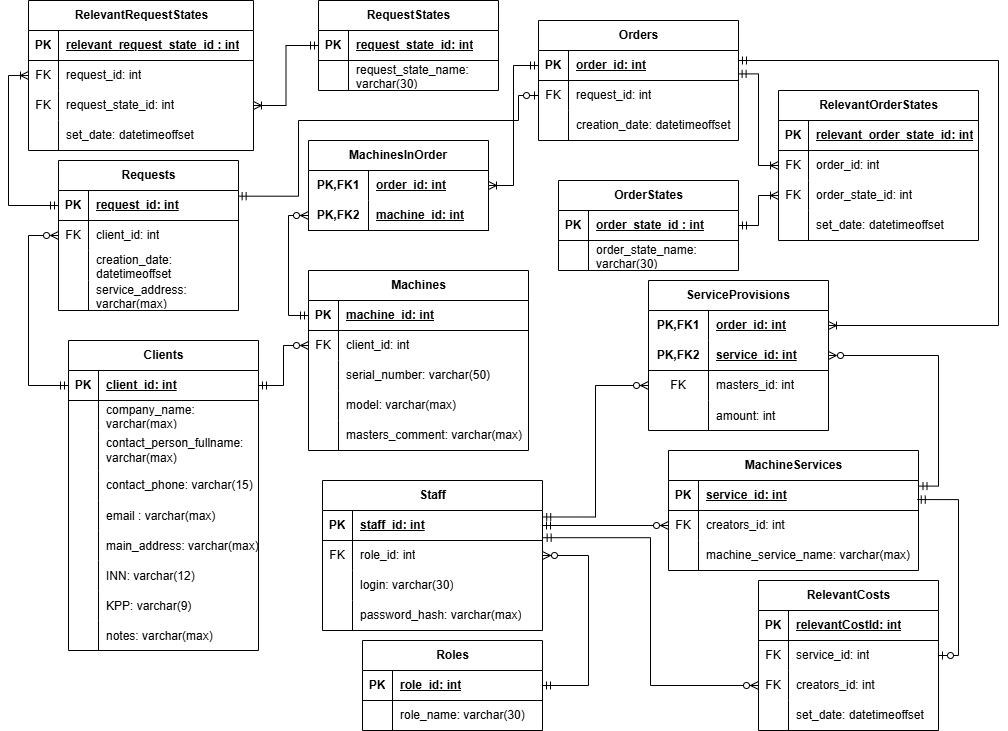
This is PhysicalModel.drawio.png from jecsonM/TRPO4course-, a draw.io export, as it was before one commit. Source tidied: cells renumbered, new cells last; positions are measured from the earlier drawing's top-left corner, leaving out a move shared by most shapes.
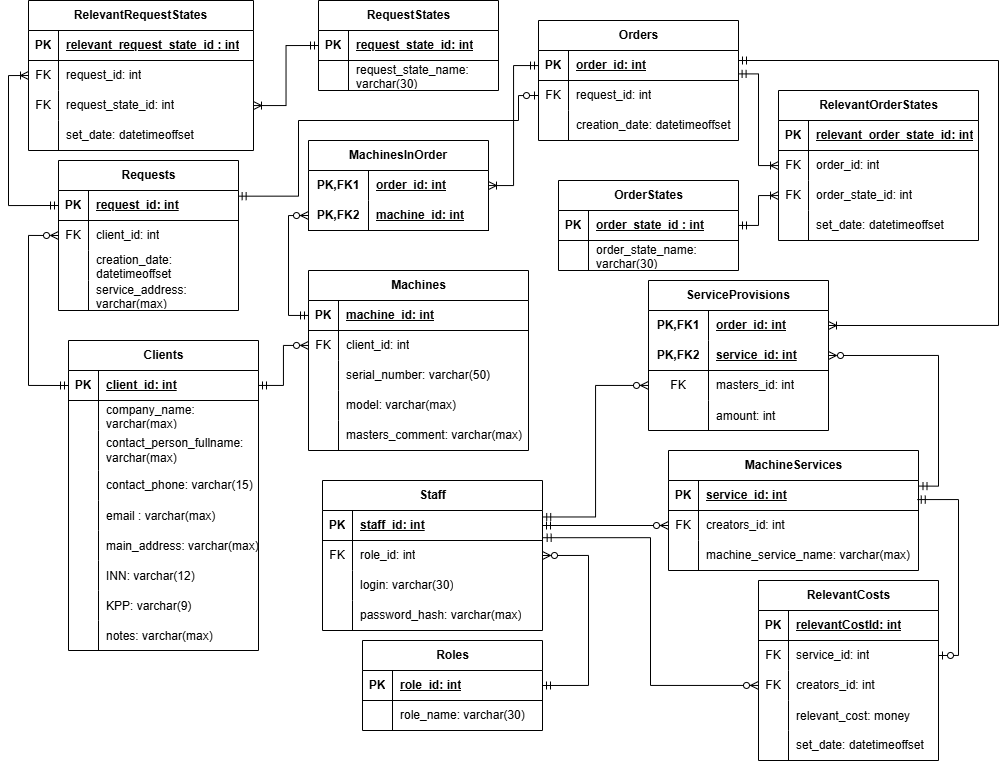
Later version of the same file.

Change to the diagram source:
```diff
@@ -294,7 +294,7 @@
       <mxGeometry x="30" width="220" height="30" as="geometry" />
     </mxCell>
     <mxCell id="99" value="RelevantCosts" style="shape=table;startSize=30;rowLines=0;fontStyle=1;align=center;html=1;" parent="1" vertex="1">
-      <mxGeometry x="730" y="580" width="180" height="150" as="geometry" />
+      <mxGeometry x="730" y="580" width="180" height="180" as="geometry" />
     </mxCell>
     <mxCell id="100" style="shape=tableRow;horizontal=0;startSize=0;swimlaneHead=0;swimlaneBody=0;fillColor=none;top=0;left=0;right=0;bottom=1;" parent="99" vertex="1">
       <mxGeometry y="30" width="180" height="30" as="geometry" />
@@ -323,8 +323,17 @@
     <mxCell id="108" value="creators_id: int" style="shape=partialRectangle;fillColor=none;top=0;left=0;bottom=0;right=0;align=left;spacingLeft=6;fontStyle=0;overflow=hidden;whiteSpace=wrap;html=1;" parent="106" vertex="1">
       <mxGeometry x="30" width="150" height="30" as="geometry" />
     </mxCell>
+    <mxCell id="188" style="shape=tableRow;horizontal=0;startSize=0;swimlaneHead=0;swimlaneBody=0;fillColor=none;top=0;left=0;right=0;bottom=0;" parent="99" vertex="1">
+      <mxGeometry y="120" width="180" height="30" as="geometry" />
+    </mxCell>
+    <mxCell id="189" style="shape=partialRectangle;fillColor=none;top=0;left=0;bottom=0;right=0;overflow=hidden;" parent="188" vertex="1">
+      <mxGeometry width="30" height="30" as="geometry" />
+    </mxCell>
+    <mxCell id="190" value="relevant_cost: money" style="shape=partialRectangle;fillColor=none;top=0;left=0;bottom=0;right=0;align=left;spacingLeft=6;overflow=hidden;" parent="188" vertex="1">
+      <mxGeometry x="30" width="150" height="30" as="geometry" />
+    </mxCell>
     <mxCell id="109" style="shape=tableRow;horizontal=0;startSize=0;swimlaneHead=0;swimlaneBody=0;fillColor=none;top=0;left=0;right=0;bottom=0;" parent="99" vertex="1">
-      <mxGeometry y="120" width="180" height="30" as="geometry" />
+      <mxGeometry y="150" width="180" height="30" as="geometry" />
     </mxCell>
     <mxCell id="110" style="shape=partialRectangle;fillColor=none;top=0;left=0;bottom=0;right=0;overflow=hidden;whiteSpace=wrap;html=1;" parent="109" vertex="1">
       <mxGeometry width="30" height="30" as="geometry" />
```
